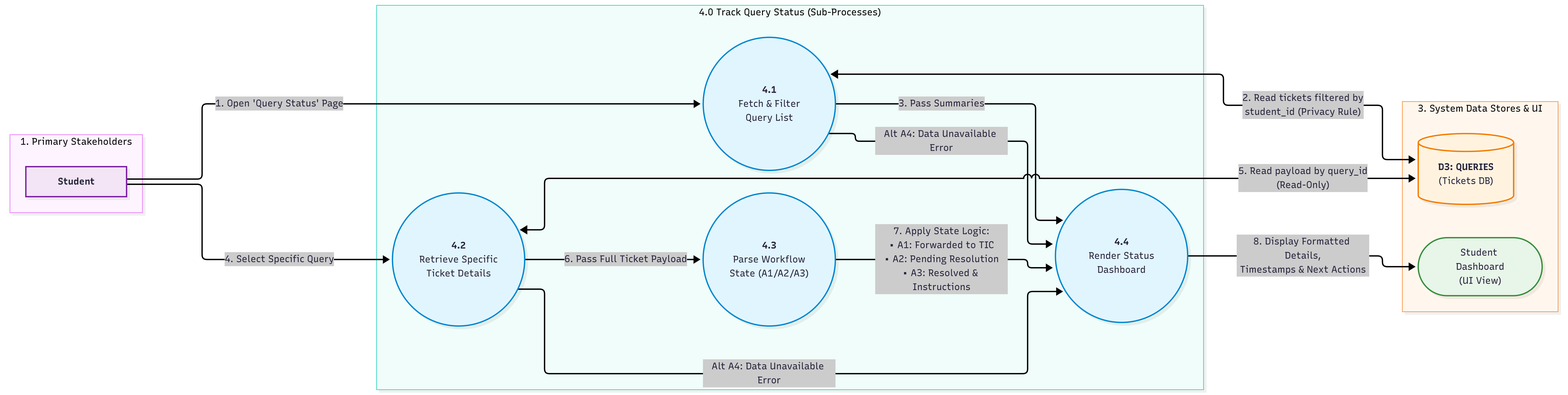
This is SE/ideathon/documents/L2-DFD-S04.png from aryanhrc3428/Semester-5, a Mermaid export, as it was before one commit. Its source is kept beside it as SE/ideathon/documents/L2-DFD-S04.mmd. Its diagram source:
```mermaid
%%{init: {
  "flowchart": {
    "htmlLabels": true,
    "nodeSpacing": 40,
    "rankSpacing": 90,
    "padding": 15
  }
}}%%
flowchart LR

    subgraph Actors [" "]
        direction TB
        Student["<b>Student</b>"]
    end

    subgraph SubProcesses [" "]
        direction TB
        P4_1(("<b>4.1</b><br/>Fetch & Filter<br/>Query List"))
        P4_2(("<b>4.2</b><br/>Retrieve Specific<br/>Ticket Details"))
        P4_3(("<b>4.3</b><br/>Parse Workflow<br/>State (A1/A2/A3)"))
        P4_4(("<b>4.4</b><br/>Render Status<br/>Dashboard"))
    end

    subgraph DataStores [" "]
        direction TB
        D3@{ shape: datastore, label: "<b>D3: QUERIES</b><br/>(Tickets DB)" }
        StudentDash(["Student Dashboard<br/>(UI View)"])
    end


    Student -->|"1. Open 'Query Status' Page"| P4_1
    P4_1 <-->|"2. Read tickets filtered by<br/>student_id (Privacy Rule)"| D3
    P4_1 -->|"3. Pass Summaries"| P4_4

    Student -->|"4. Select Specific Query"| P4_2
    P4_2 <-->|"5. Read payload by query_id<br/>(Read-Only)"| D3

    P4_2 -->|"6. Pass Full Ticket Payload"| P4_3
    P4_3 -->|"7. Apply State Logic:<br/>• A1: Forwarded to TIC<br/>• A2: Pending Resolution<br/>• A3: Resolved & Instructions"| P4_4

    P4_1 & P4_2 -->|"Alt A4: Data Unavailable Error"| P4_4
    P4_4 -->|"8. Display Formatted Details,<br/>Timestamps & Next Actions"| StudentDash

    classDef processStyle fill:#fff,stroke:#333,stroke-width:1px,color:#000
    classDef storeStyle fill:#fff,stroke:#333,stroke-width:1px,color:#000
    classDef actorStyle fill:#fff,stroke:#333,stroke-width:1px,color:#000
    classDef extStyle fill:#fff,stroke:#333,stroke-width:1px,color:#000

    class P4_1,P4_2,P4_3,P4_4 processStyle;
    class D3 storeStyle;
    class Student actorStyle;
    class StudentDash extStyle;

    style Actors fill:none,stroke:#333,stroke-width:1px
    style SubProcesses fill:none,stroke:#333,stroke-width:1px
    style DataStores fill:none,stroke:#333,stroke-width:1px
```
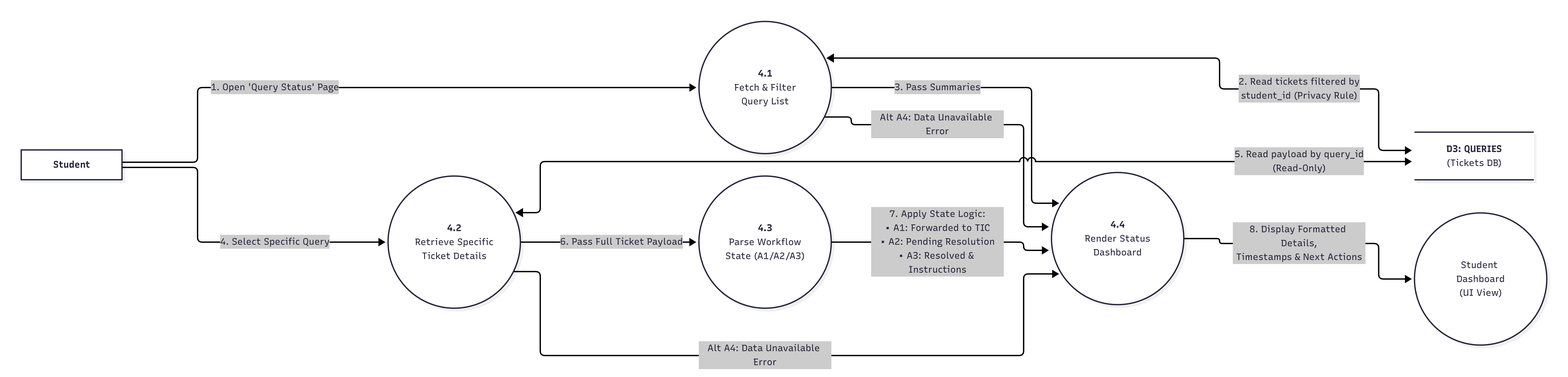
After the change.

Diff of the diagram source:
```diff
@@ -24,7 +24,7 @@
     subgraph DataStores [" "]
         direction TB
         D3@{ shape: datastore, label: "<b>D3: QUERIES</b><br/>(Tickets DB)" }
-        StudentDash(["Student Dashboard<br/>(UI View)"])
+        StudentDash(("Student Dashboard<br/>(UI View)"))
     end
 
 
@@ -41,16 +41,6 @@
     P4_1 & P4_2 -->|"Alt A4: Data Unavailable Error"| P4_4
     P4_4 -->|"8. Display Formatted Details,<br/>Timestamps & Next Actions"| StudentDash
 
-    classDef processStyle fill:#fff,stroke:#333,stroke-width:1px,color:#000
-    classDef storeStyle fill:#fff,stroke:#333,stroke-width:1px,color:#000
-    classDef actorStyle fill:#fff,stroke:#333,stroke-width:1px,color:#000
-    classDef extStyle fill:#fff,stroke:#333,stroke-width:1px,color:#000
-
-    class P4_1,P4_2,P4_3,P4_4 processStyle;
-    class D3 storeStyle;
-    class Student actorStyle;
-    class StudentDash extStyle;
-
-    style Actors fill:none,stroke:#333,stroke-width:1px
-    style SubProcesses fill:none,stroke:#333,stroke-width:1px
-    style DataStores fill:none,stroke:#333,stroke-width:1px
+    style Actors fill:none, stroke:none
+    style DataStores fill:none, stroke:none
+    style SubProcesses fill:none, stroke:none
```
